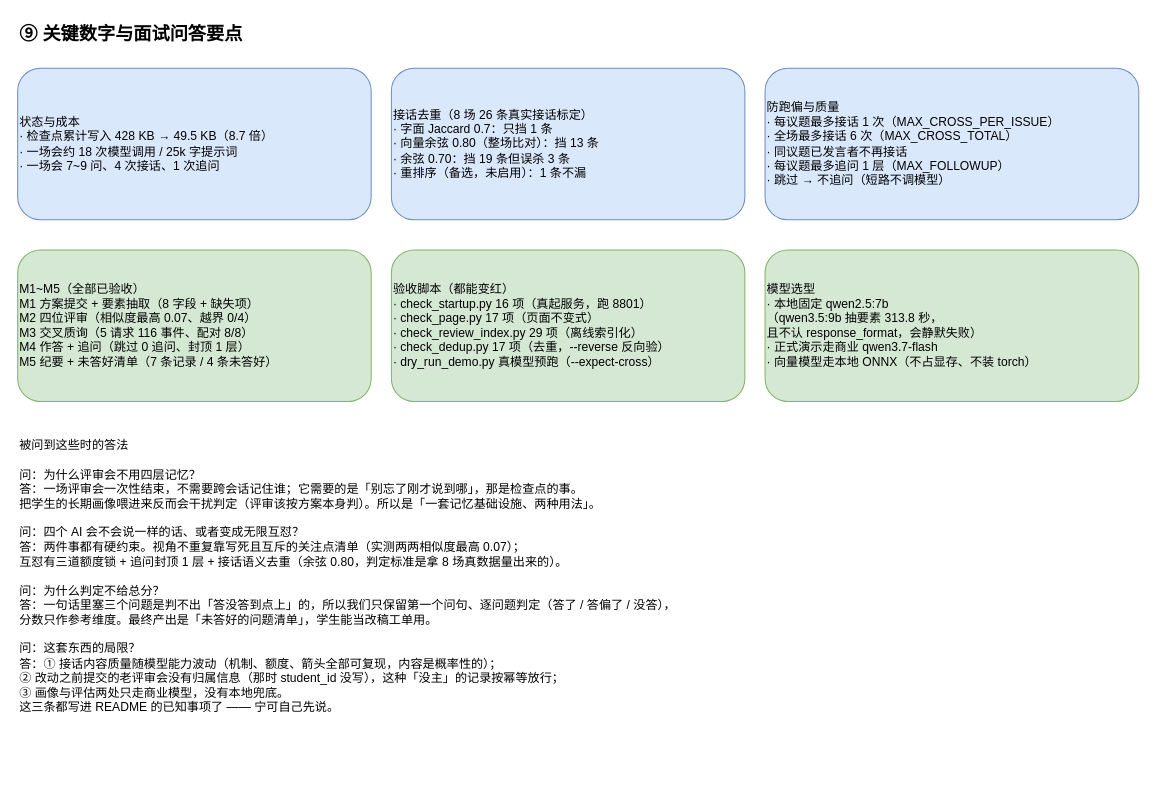
Earlier version of the draw.io diagram page "9. 关键数字与问答要点" (9 of 9) of docs/评审团流程图.drawio (xxf-wota/ai-review-board). Source tidied: cells renumbered, new cells numbered last; positions are measured from the earlier drawing's top-left corner, leaving out a move shared by most shapes. Both pictures are drawn from the tidied source at 101%, with x=0, y=0 at pixel (17, 17).
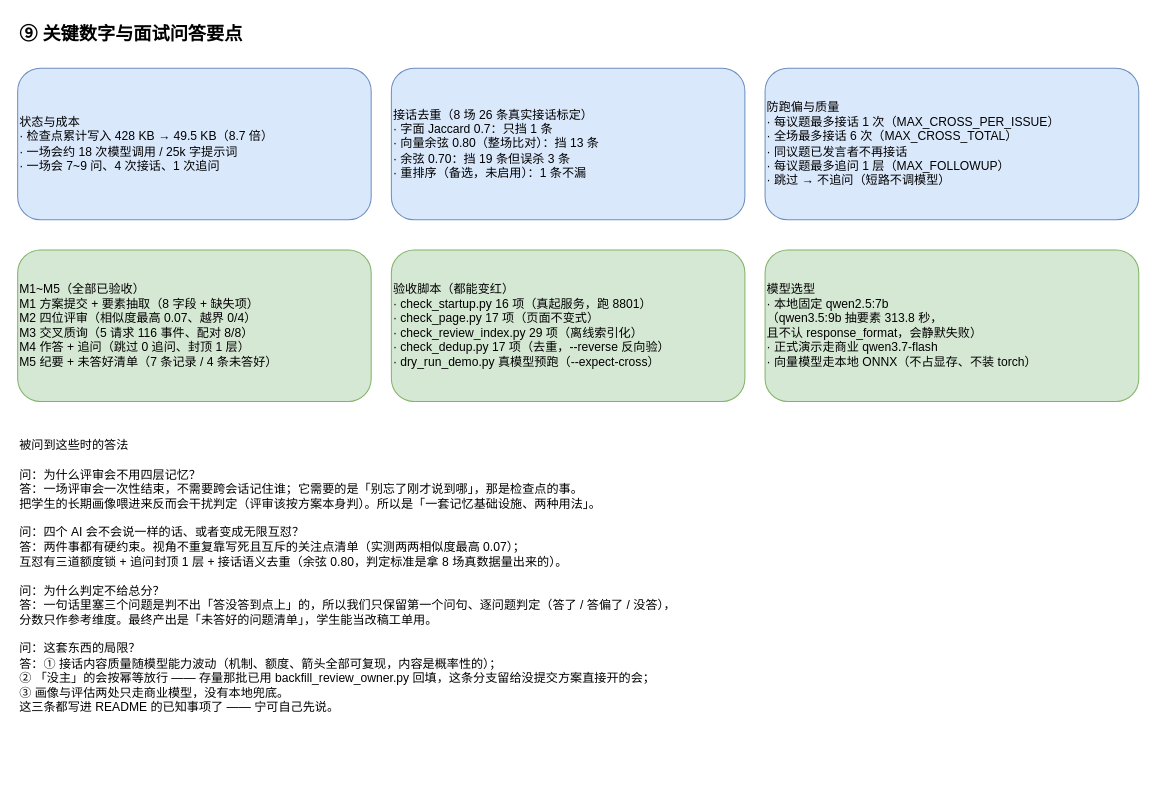
After the change.

Change to the diagram source:
```diff
@@
 <mxGraphModel>
   <root>
     <mxCell id="0" />
     <mxCell id="1" parent="0" />
     <mxCell id="2" value="⑨ 关键数字与面试问答要点" style="text;html=1;strokeColor=none;fillColor=none;fontSize=18;fontStyle=1;align=left;verticalAlign=top;" parent="1" vertex="1">
       <mxGeometry width="900" height="30" as="geometry" />
     </mxCell>
     <mxCell id="3" value="状态与成本&#10;· 检查点累计写入 428 KB → 49.5 KB（8.7 倍）&#10;· 一场会约 18 次模型调用 / 25k 字提示词&#10;· 一场会 7~9 问、4 次接话、1 次追问" style="rounded=1;whiteSpace=wrap;html=1;fillColor=#dae8fc;strokeColor=#6c8ebf;fontSize=12;align=left;verticalAlign=middle;" parent="1" vertex="1">
       <mxGeometry y="50" width="350" height="150" as="geometry" />
     </mxCell>
     <mxCell id="4" value="接话去重（8 场 26 条真实接话标定）&#10;· 字面 Jaccard 0.7：只挡 1 条&#10;· 向量余弦 0.80（整场比对）：挡 13 条&#10;· 余弦 0.70：挡 19 条但误杀 3 条&#10;· 重排序（备选，未启用）：1 条不漏" style="rounded=1;whiteSpace=wrap;html=1;fillColor=#dae8fc;strokeColor=#6c8ebf;fontSize=12;align=left;verticalAlign=middle;" parent="1" vertex="1">
       <mxGeometry x="370" y="50" width="350" height="150" as="geometry" />
     </mxCell>
     <mxCell id="5" value="防跑偏与质量&#10;· 每议题最多接话 1 次（MAX_CROSS_PER_ISSUE）&#10;· 全场最多接话 6 次（MAX_CROSS_TOTAL）&#10;· 同议题已发言者不再接话&#10;· 每议题最多追问 1 层（MAX_FOLLOWUP）&#10;· 跳过 → 不追问（短路不调模型）" style="rounded=1;whiteSpace=wrap;html=1;fillColor=#dae8fc;strokeColor=#6c8ebf;fontSize=12;align=left;verticalAlign=middle;" parent="1" vertex="1">
       <mxGeometry x="740" y="50" width="370" height="150" as="geometry" />
     </mxCell>
     <mxCell id="6" value="M1~M5（全部已验收）&#10;M1 方案提交 + 要素抽取（8 字段 + 缺失项）&#10;M2 四位评审（相似度最高 0.07、越界 0/4）&#10;M3 交叉质询（5 请求 116 事件、配对 8/8）&#10;M4 作答 + 追问（跳过 0 追问、封顶 1 层）&#10;M5 纪要 + 未答好清单（7 条记录 / 4 条未答好）" style="rounded=1;whiteSpace=wrap;html=1;fillColor=#d5e8d4;strokeColor=#82b366;fontSize=12;align=left;verticalAlign=middle;" parent="1" vertex="1">
       <mxGeometry y="230" width="350" height="150" as="geometry" />
     </mxCell>
     <mxCell id="7" value="验收脚本（都能变红）&#10;· check_startup.py  16 项（真起服务，跑 8801）&#10;· check_page.py     17 项（页面不变式）&#10;· check_review_index.py 29 项（离线索引化）&#10;· check_dedup.py    17 项（去重，--reverse 反向验）&#10;· dry_run_demo.py   真模型预跑（--expect-cross）" style="rounded=1;whiteSpace=wrap;html=1;fillColor=#d5e8d4;strokeColor=#82b366;fontSize=12;align=left;verticalAlign=middle;" parent="1" vertex="1">
       <mxGeometry x="370" y="230" width="350" height="150" as="geometry" />
     </mxCell>
     <mxCell id="8" value="模型选型&#10;· 本地固定 qwen2.5:7b&#10;  （qwen3.5:9b 抽要素 313.8 秒，&#10;   且不认 response_format，会静默失败）&#10;· 正式演示走商业 qwen3.7-flash&#10;· 向量模型走本地 ONNX（不占显存、不装 torch）" style="rounded=1;whiteSpace=wrap;html=1;fillColor=#d5e8d4;strokeColor=#82b366;fontSize=12;align=left;verticalAlign=middle;" parent="1" vertex="1">
       <mxGeometry x="740" y="230" width="370" height="150" as="geometry" />
     </mxCell>
-    <mxCell id="9" value="被问到这些时的答法&#10;&#10;问：为什么评审会不用四层记忆？&#10;答：一场评审会一次性结束，不需要跨会话记住谁；它需要的是「别忘了刚才说到哪」，那是检查点的事。&#10;    把学生的长期画像喂进来反而会干扰判定（评审该按方案本身判）。所以是「一套记忆基础设施、两种用法」。&#10;&#10;问：四个 AI 会不会说一样的话、或者变成无限互怼？&#10;答：两件事都有硬约束。视角不重复靠写死且互斥的关注点清单（实测两两相似度最高 0.07）；&#10;    互怼有三道额度锁 + 追问封顶 1 层 + 接话语义去重（余弦 0.80，判定标准是拿 8 场真数据量出来的）。&#10;&#10;问：为什么判定不给总分？&#10;答：一句话里塞三个问题是判不出「答没答到点上」的，所以我们只保留第一个问句、逐问题判定（答了 / 答偏了 / 没答），&#10;    分数只作参考维度。最终产出是「未答好的问题清单」，学生能当改稿工单用。&#10;&#10;问：这套东西的局限？&#10;答：① 接话内容质量随模型能力波动（机制、额度、箭头全部可复现，内容是概率性的）；&#10;    ② 改动之前提交的老评审会没有归属信息（那时 student_id 没写），这种「没主」的记录按幂等放行；&#10;    ③ 画像与评估两处只走商业模型，没有本地兜底。&#10;    这三条都写进 README 的已知事项了 —— 宁可自己先说。" style="text;html=1;strokeColor=none;fillColor=none;fontSize=12;align=left;verticalAlign=top;" parent="1" vertex="1">
+    <mxCell id="9" value="被问到这些时的答法&#10;&#10;问：为什么评审会不用四层记忆？&#10;答：一场评审会一次性结束，不需要跨会话记住谁；它需要的是「别忘了刚才说到哪」，那是检查点的事。&#10;    把学生的长期画像喂进来反而会干扰判定（评审该按方案本身判）。所以是「一套记忆基础设施、两种用法」。&#10;&#10;问：四个 AI 会不会说一样的话、或者变成无限互怼？&#10;答：两件事都有硬约束。视角不重复靠写死且互斥的关注点清单（实测两两相似度最高 0.07）；&#10;    互怼有三道额度锁 + 追问封顶 1 层 + 接话语义去重（余弦 0.80，判定标准是拿 8 场真数据量出来的）。&#10;&#10;问：为什么判定不给总分？&#10;答：一句话里塞三个问题是判不出「答没答到点上」的，所以我们只保留第一个问句、逐问题判定（答了 / 答偏了 / 没答），&#10;    分数只作参考维度。最终产出是「未答好的问题清单」，学生能当改稿工单用。&#10;&#10;问：这套东西的局限？&#10;答：① 接话内容质量随模型能力波动（机制、额度、箭头全部可复现，内容是概率性的）；&#10;    ② 「没主」的会按幂等放行 —— 存量那批已用 backfill_review_owner.py 回填，这条分支留给没提交方案直接开的会；&#10;    ③ 画像与评估两处只走商业模型，没有本地兜底。&#10;    这三条都写进 README 的已知事项了 —— 宁可自己先说。" style="text;html=1;strokeColor=none;fillColor=none;fontSize=12;align=left;verticalAlign=top;" parent="1" vertex="1">
       <mxGeometry y="410" width="1110" height="360" as="geometry" />
     </mxCell>
   </root>
 </mxGraphModel>
```
